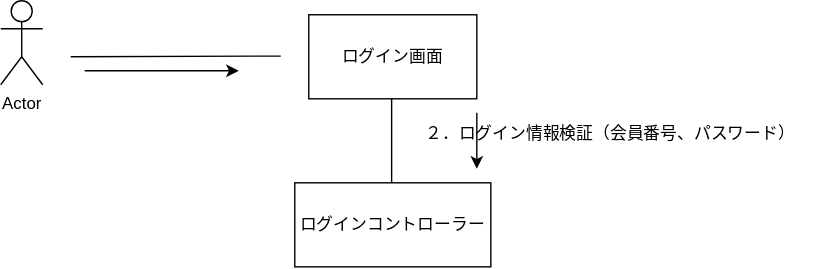
This is 図5-1 コミュニケーション図の例.drawio.svg from tyson0723/uml-introduction, a draw.io export, as it was before one commit. Source tidied: cells renumbered, new cells last; positions are measured from the earlier drawing's top-left corner, leaving out a move shared by most shapes. Its diagram source:
```xml
<mxGraphModel>
  <root>
    <mxCell id="0" />
    <mxCell id="1" parent="0" />
    <mxCell id="2" value="Actor" style="shape=umlActor;verticalLabelPosition=bottom;verticalAlign=top;html=1;" parent="1" vertex="1">
      <mxGeometry width="30" height="60" as="geometry" />
    </mxCell>
    <mxCell id="3" value="ログイン画面" style="rounded=0;whiteSpace=wrap;html=1;" parent="1" vertex="1">
      <mxGeometry x="220" y="10" width="120" height="60" as="geometry" />
    </mxCell>
    <mxCell id="4" style="endArrow=none;html=1;" parent="1" edge="1">
      <mxGeometry relative="1" as="geometry">
        <mxPoint x="50" y="40" as="sourcePoint" />
        <mxPoint x="200" y="39.5" as="targetPoint" />
      </mxGeometry>
    </mxCell>
    <mxCell id="5" style="endArrow=classic;html=1;" parent="1" edge="1">
      <mxGeometry relative="1" as="geometry">
        <mxPoint x="60" y="50" as="sourcePoint" />
        <mxPoint x="170" y="50" as="targetPoint" />
      </mxGeometry>
    </mxCell>
    <mxCell id="6" style="endArrow=none;html=1;" parent="1" edge="1">
      <mxGeometry relative="1" as="geometry">
        <mxPoint x="279.2" y="140" as="sourcePoint" />
        <mxPoint x="279.2" y="70" as="targetPoint" />
      </mxGeometry>
    </mxCell>
    <mxCell id="7" value="ログインコントローラー" style="rounded=0;whiteSpace=wrap;html=1;" parent="1" vertex="1">
      <mxGeometry x="210" y="130" width="140" height="60" as="geometry" />
    </mxCell>
    <mxCell id="8" style="endArrow=classic;html=1;rounded=0;" parent="1" edge="1">
      <mxGeometry relative="1" as="geometry">
        <mxPoint x="340" y="80" as="sourcePoint" />
        <mxPoint x="340" y="120" as="targetPoint" />
        <Array as="points">
          <mxPoint x="340" y="90" />
        </Array>
      </mxGeometry>
    </mxCell>
    <mxCell id="9" value="２．ログイン情報検証（会員番号、パスワード）" style="text;html=1;align=center;verticalAlign=middle;strokeColor=none;fillColor=none;" parent="1" vertex="1">
      <mxGeometry x="290" y="80" width="290" height="30" as="geometry" />
    </mxCell>
  </root>
</mxGraphModel>
```
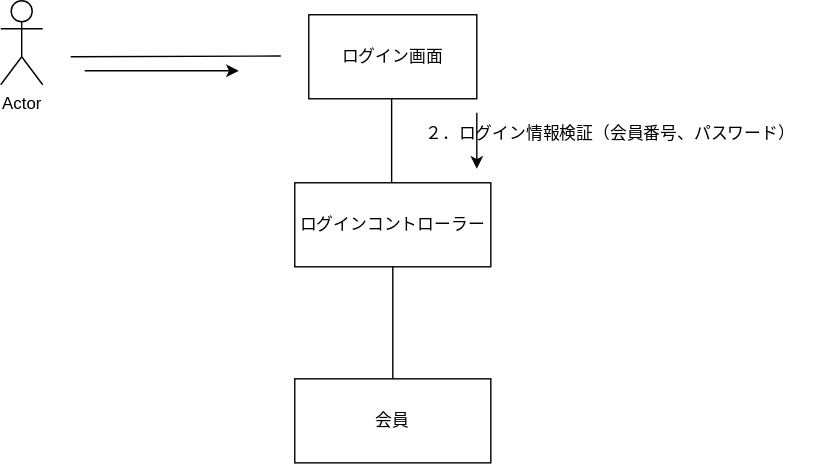
Above is the later version.

What changed in the source:
```diff
@@ -41,5 +41,14 @@
     <mxCell id="9" value="２．ログイン情報検証（会員番号、パスワード）" style="text;html=1;align=center;verticalAlign=middle;strokeColor=none;fillColor=none;" parent="1" vertex="1">
       <mxGeometry x="290" y="80" width="290" height="30" as="geometry" />
     </mxCell>
+    <mxCell id="10" style="endArrow=none;html=1;" parent="1" edge="1">
+      <mxGeometry relative="1" as="geometry">
+        <mxPoint x="280" y="280" as="sourcePoint" />
+        <mxPoint x="280" y="190" as="targetPoint" />
+      </mxGeometry>
+    </mxCell>
+    <mxCell id="11" value="会員" style="rounded=0;whiteSpace=wrap;html=1;" parent="1" vertex="1">
+      <mxGeometry x="210" y="270" width="140" height="60" as="geometry" />
+    </mxCell>
   </root>
 </mxGraphModel>
```
